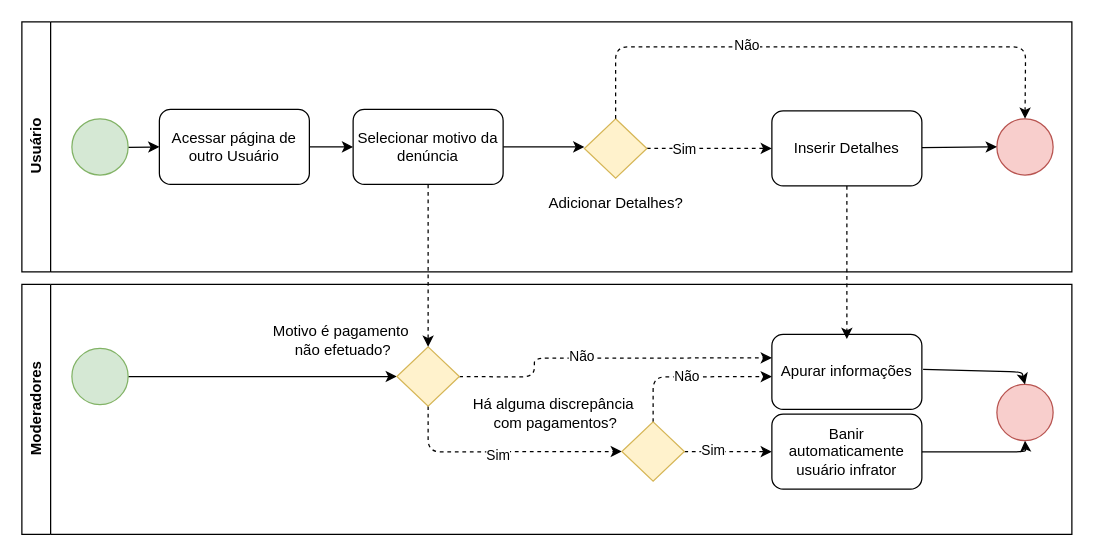
Before: Arquivos/BicoDenuncia.drawio in daikisuga/BICO, a draw.io diagram. Source tidied: cells renumbered, new cells numbered last; positions are measured from the earlier drawing's top-left corner, leaving out a move shared by most shapes. Both pictures are drawn from the tidied source at 125%, with x=0, y=0 at pixel (21, 21).
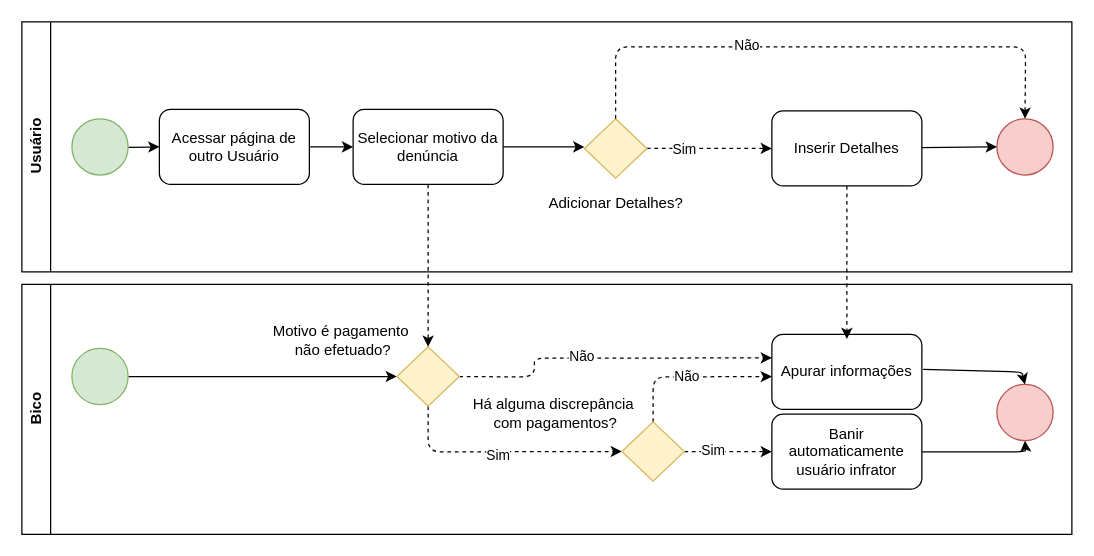
After the change.

Change to the diagram source:
```diff
@@
-    <mxCell id="18" value="Moderadores" style="swimlane;horizontal=0;whiteSpace=wrap;html=1;" parent="1" vertex="1">
+    <mxCell id="18" value="Bico" style="swimlane;horizontal=0;whiteSpace=wrap;html=1;" parent="1" vertex="1">
       <mxGeometry y="210" width="840" height="200" as="geometry" />
     </mxCell>
```
